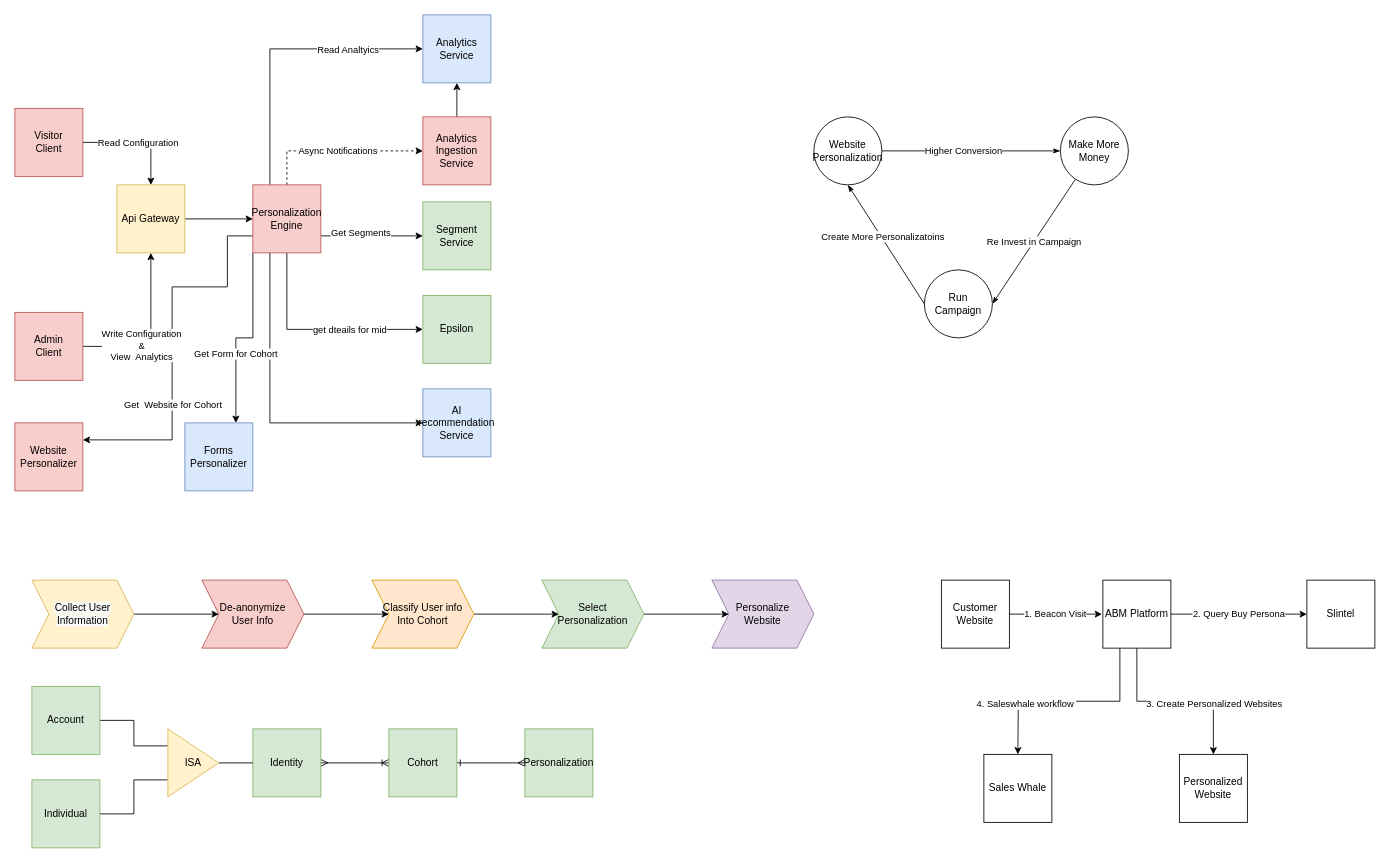
This is page "website personalization" (1 of 3) of Untitled Diagram.drawio from DogaCUlupinar/Compiler, a draw.io file, before an edit. Source tidied: cells renumbered, new cells numbered last; positions are measured from the earlier drawing's top-left corner, leaving out a move shared by most shapes. Both pictures are drawn from the tidied source at 85%, with x=0, y=0 at pixel (14, 14).
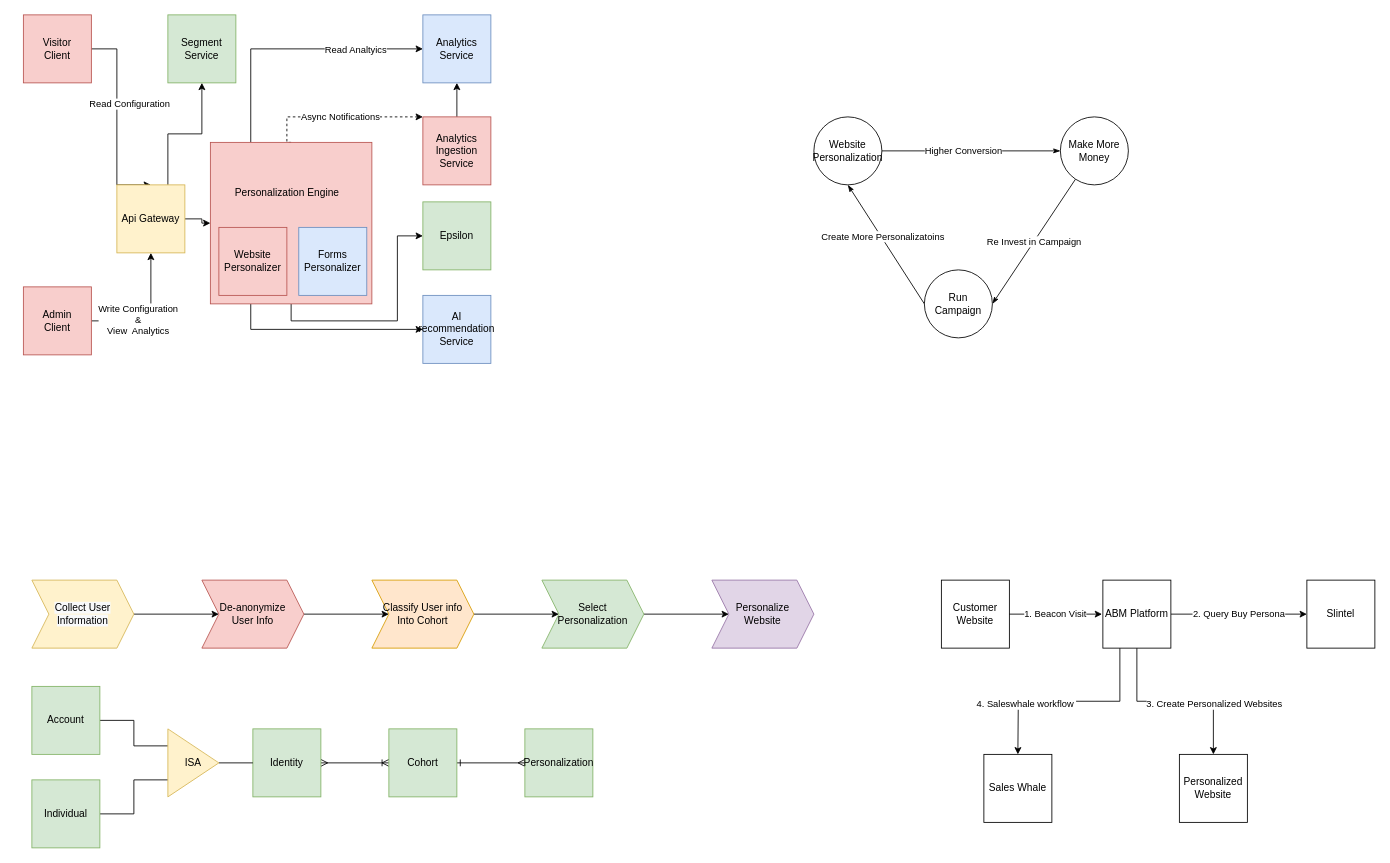
The same diagram, later.

Unchanged cells that the change refers to:
```xml
<mxCell id="8" style="edgeStyle=orthogonalEdgeStyle;rounded=0;jettySize=auto;html=1;exitX=0.5;exitY=1;exitDx=0;exitDy=0;entryX=0;entryY=0.5;entryDx=0;entryDy=0;" parent="1" edge="1" source="17" target="24">
  <mxGeometry relative="1" as="geometry" />
</mxCell>
<mxCell id="22" value="Analytics Ingestion Service" style="whiteSpace=wrap;html=1;fillColor=#f8cecc;strokeColor=#b85450;" parent="1" vertex="1">
  <mxGeometry x="480" y="120" width="80" height="80" as="geometry" />
</mxCell>
<mxCell id="26" value="Api Gateway" style="whiteSpace=wrap;html=1;fillColor=#fff2cc;strokeColor=#d6b656;" parent="1" vertex="1">
  <mxGeometry x="120" y="200" width="80" height="80" as="geometry" />
</mxCell>
```

What changed in the source:
```diff
@@
     <mxCell id="2" style="edgeStyle=orthogonalEdgeStyle;rounded=0;jettySize=auto;html=1;entryX=0.5;entryY=0;entryDx=0;entryDy=0;" parent="1" edge="1" source="4" target="26">
-      <mxGeometry relative="1" as="geometry" />
+      <mxGeometry relative="1" as="geometry">
+        <Array as="points">
+          <mxPoint x="120" y="40" />
+          <mxPoint x="120" y="200" />
+        </Array>
+      </mxGeometry>
     </mxCell>
@@
     <mxCell id="4" value="Visitor&lt;br&gt;Client" style="whiteSpace=wrap;html=1;fillColor=#f8cecc;strokeColor=#b85450;" parent="1" vertex="1">
-      <mxGeometry y="110" width="80" height="80" as="geometry" />
+      <mxGeometry x="10" width="80" height="80" as="geometry" />
     </mxCell>
     <mxCell id="5" value="Async Notifications" style="edgeStyle=orthogonalEdgeStyle;rounded=0;jettySize=auto;html=1;dashed=1;exitX=0.5;exitY=0;exitDx=0;exitDy=0;" parent="1" edge="1" source="17" target="22">
       <mxGeometry relative="1" as="geometry">
         <Array as="points">
-          <mxPoint x="320" y="160" />
+          <mxPoint x="320" y="150" />
+          <mxPoint x="320" y="120" />
         </Array>
       </mxGeometry>
     </mxCell>
-    <mxCell id="6" style="edgeStyle=orthogonalEdgeStyle;rounded=0;jettySize=auto;html=1;exitX=1;exitY=0.75;exitDx=0;exitDy=0;entryX=0;entryY=0.5;entryDx=0;entryDy=0;" parent="1" edge="1" source="17" target="23">
-      <mxGeometry relative="1" as="geometry" />
-    </mxCell>
-    <mxCell id="7" value="Get Segments" style="edgeLabel;html=1;align=center;verticalAlign=middle;" parent="6" vertex="1">
-      <mxGeometry x="-0.23" y="4" relative="1" as="geometry" />
-    </mxCell>
@@
-    <mxCell id="9" value="get dteails for mid" style="edgeLabel;html=1;align=center;verticalAlign=middle;" parent="8" vertex="1">
-      <mxGeometry x="0.22" y="-2" relative="1" as="geometry">
-        <mxPoint x="10" y="-2" as="offset" />
-      </mxGeometry>
-    </mxCell>
@@
-    <mxCell id="13" style="edgeStyle=orthogonalEdgeStyle;rounded=0;jettySize=auto;html=1;exitX=0;exitY=0.75;exitDx=0;exitDy=0;entryX=1;entryY=0.25;entryDx=0;entryDy=0;" parent="1" edge="1" source="17" target="57">
-      <mxGeometry relative="1" as="geometry">
-        <Array as="points">
-          <mxPoint x="250" y="260" />
-          <mxPoint x="250" y="320" />
-          <mxPoint x="185" y="320" />
-          <mxPoint x="185" y="500" />
-        </Array>
-      </mxGeometry>
-    </mxCell>
-    <mxCell id="14" value="Get&amp;nbsp; Website for Cohort" style="edgeLabel;html=1;align=center;verticalAlign=middle;" parent="13" vertex="1">
-      <mxGeometry x="0.33" relative="1" as="geometry" />
-    </mxCell>
-    <mxCell id="15" style="edgeStyle=orthogonalEdgeStyle;rounded=0;jettySize=auto;html=1;exitX=0;exitY=1;exitDx=0;exitDy=0;entryX=0.75;entryY=0;entryDx=0;entryDy=0;" parent="1" edge="1" source="17" target="58">
-      <mxGeometry relative="1" as="geometry" />
-    </mxCell>
-    <mxCell id="16" value="Get Form for Cohort" style="edgeLabel;html=1;align=center;verticalAlign=middle;" parent="15" vertex="1">
-      <mxGeometry x="0.25" y="-1" relative="1" as="geometry" />
-    </mxCell>
-    <mxCell id="17" value="Personalization&lt;br&gt;Engine" style="whiteSpace=wrap;html=1;fillColor=#f8cecc;strokeColor=#b85450;" parent="1" vertex="1">
-      <mxGeometry x="280" y="200" width="80" height="80" as="geometry" />
+    <mxCell id="17" style="whiteSpace=wrap;html=1;fillColor=#f8cecc;strokeColor=#b85450;" parent="1" vertex="1">
+      <mxGeometry x="230" y="150" width="190" height="190" as="geometry" />
     </mxCell>
@@
     <mxCell id="20" value="Admin&lt;br&gt;Client" style="whiteSpace=wrap;html=1;fillColor=#f8cecc;strokeColor=#b85450;" parent="1" vertex="1">
-      <mxGeometry y="350" width="80" height="80" as="geometry" />
+      <mxGeometry x="10" y="320" width="80" height="80" as="geometry" />
     </mxCell>
@@
     <mxCell id="23" value="Segment Service" style="whiteSpace=wrap;html=1;fillColor=#d5e8d4;strokeColor=#82b366;" parent="1" vertex="1">
-      <mxGeometry x="480" y="220" width="80" height="80" as="geometry" />
+      <mxGeometry x="180" width="80" height="80" as="geometry" />
     </mxCell>
     <mxCell id="24" value="Epsilon" style="whiteSpace=wrap;html=1;fillColor=#d5e8d4;strokeColor=#82b366;" parent="1" vertex="1">
-      <mxGeometry x="480" y="330" width="80" height="80" as="geometry" />
+      <mxGeometry x="480" y="220" width="80" height="80" as="geometry" />
     </mxCell>
@@
+    <mxCell id="70" style="edgeStyle=orthogonalEdgeStyle;rounded=0;jettySize=auto;html=1;exitX=0.75;exitY=0;exitDx=0;exitDy=0;" parent="1" edge="1" source="26" target="23">
+      <mxGeometry relative="1" as="geometry" />
+    </mxCell>
@@
     <mxCell id="28" value="AI recommendation Service" style="whiteSpace=wrap;html=1;fillColor=#dae8fc;strokeColor=#6c8ebf;" parent="1" vertex="1">
-      <mxGeometry x="480" y="440" width="80" height="80" as="geometry" />
+      <mxGeometry x="480" y="330" width="80" height="80" as="geometry" />
     </mxCell>
@@
     <mxCell id="57" value="Website Personalizer" style="whiteSpace=wrap;html=1;fillColor=#f8cecc;strokeColor=#b85450;" parent="1" vertex="1">
-      <mxGeometry y="480" width="80" height="80" as="geometry" />
+      <mxGeometry x="240" y="250" width="80" height="80" as="geometry" />
     </mxCell>
     <mxCell id="58" value="Forms Personalizer" style="whiteSpace=wrap;html=1;fillColor=#dae8fc;strokeColor=#6c8ebf;" parent="1" vertex="1">
-      <mxGeometry x="200" y="480" width="80" height="80" as="geometry" />
+      <mxGeometry x="334" y="250" width="80" height="80" as="geometry" />
     </mxCell>
@@
+    <mxCell id="71" value="Personalization Engine" style="text;html=1;align=center;verticalAlign=middle;strokeColor=none;fillColor=none;" parent="1" vertex="1">
+      <mxGeometry x="250" y="200" width="140" height="20" as="geometry" />
+    </mxCell>
```
